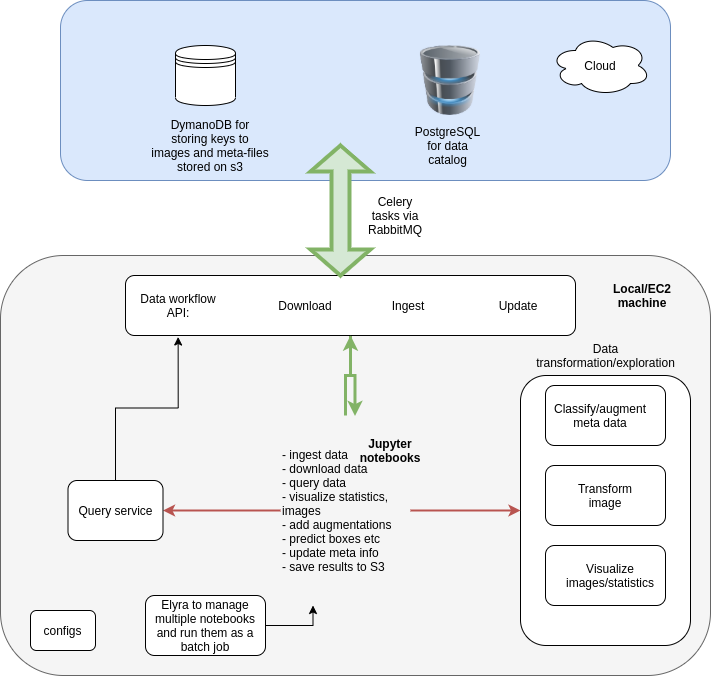
Before: data_pipeline.png, a diagram exported from draw.io (olesiastetsiuk/data_pipeline_processor). Source tidied: cells renumbered, new cells last; positions are measured from the earlier drawing's top-left corner, leaving out a move shared by most shapes.
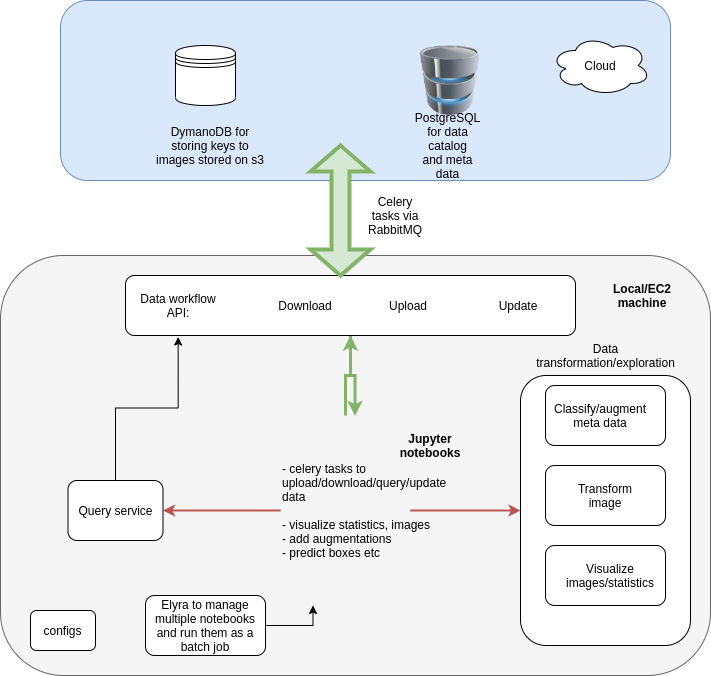
After the change.

Diff of the diagram source:
```diff
@@ -31,13 +31,13 @@
     <mxCell id="9" style="image;html=1;labelBackgroundColor=#ffffff;image=img/lib/clip_art/computers/Database_128x128.png;" parent="1" vertex="1">
       <mxGeometry x="415" y="45" width="70" height="70" as="geometry" />
     </mxCell>
-    <mxCell id="10" value="DymanoDB for storing keys to images and meta-files stored on s3" style="text;html=1;strokeColor=none;fillColor=none;align=center;verticalAlign=middle;whiteSpace=wrap;rounded=0;" parent="1" vertex="1">
+    <mxCell id="10" value="DymanoDB for storing keys to images stored on s3" style="text;html=1;strokeColor=none;fillColor=none;align=center;verticalAlign=middle;whiteSpace=wrap;rounded=0;" parent="1" vertex="1">
       <mxGeometry x="150" y="135" width="120" height="20" as="geometry" />
     </mxCell>
     <mxCell id="11" style="shape=datastore;whiteSpace=wrap;html=1;" parent="1" vertex="1">
       <mxGeometry x="175" y="45" width="60" height="60" as="geometry" />
     </mxCell>
-    <mxCell id="12" value="PostgreSQL&lt;br&gt;for data catalog" style="text;html=1;strokeColor=none;fillColor=none;align=center;verticalAlign=middle;whiteSpace=wrap;rounded=0;" parent="1" vertex="1">
+    <mxCell id="12" value="PostgreSQL&lt;br&gt;for data catalog&lt;br&gt;and meta data" style="text;html=1;strokeColor=none;fillColor=none;align=center;verticalAlign=middle;whiteSpace=wrap;rounded=0;" parent="1" vertex="1">
       <mxGeometry x="415" y="135" width="65" height="20" as="geometry" />
     </mxCell>
     <mxCell id="13" style="rounded=1;whiteSpace=wrap;html=1;" parent="1" vertex="1">
@@ -88,7 +88,7 @@
     <mxCell id="28" style="edgeStyle=orthogonalEdgeStyle;rounded=0;jettySize=auto;html=1;strokeColor=#82b366;strokeWidth=3;fillColor=#d5e8d4;" parent="1" edge="1" source="29" target="17">
       <mxGeometry relative="1" as="geometry" />
     </mxCell>
-    <mxCell id="29" value="&lt;div&gt;&lt;span&gt;- ingest data&lt;/span&gt;&lt;/div&gt;&lt;div&gt;&lt;span&gt;- download data&lt;/span&gt;&lt;/div&gt;&lt;div&gt;&lt;span&gt;- query data&lt;/span&gt;&lt;/div&gt;&lt;div&gt;&lt;span&gt;- visualize statistics, images&lt;/span&gt;&lt;/div&gt;&lt;div&gt;&lt;span&gt;- add augmentations&lt;/span&gt;&lt;/div&gt;&lt;div&gt;&lt;span&gt;- predict boxes etc&lt;/span&gt;&lt;/div&gt;&lt;div&gt;&lt;span&gt;- update meta info&lt;/span&gt;&lt;/div&gt;&lt;div&gt;&lt;span&gt;- save results to S3&lt;/span&gt;&lt;/div&gt;" style="text;html=1;strokeColor=none;fillColor=none;align=left;verticalAlign=middle;whiteSpace=wrap;rounded=0;" parent="1" vertex="1">
+    <mxCell id="29" value="&lt;div&gt;- celery tasks to upload/download/query/update data&lt;/div&gt;&lt;div&gt;&lt;br&gt;&lt;/div&gt;&lt;div&gt;&lt;span&gt;- visualize statistics, images&lt;/span&gt;&lt;/div&gt;&lt;div&gt;&lt;span&gt;- add augmentations&lt;/span&gt;&lt;/div&gt;&lt;div&gt;&lt;span&gt;- predict boxes etc&lt;/span&gt;&lt;/div&gt;" style="text;html=1;strokeColor=none;fillColor=none;align=left;verticalAlign=middle;whiteSpace=wrap;rounded=0;" parent="1" vertex="1">
       <mxGeometry x="280" y="415" width="130" height="190" as="geometry" />
     </mxCell>
     <mxCell id="30" style="edgeStyle=orthogonalEdgeStyle;rounded=0;jettySize=auto;html=1;entryX=0.25;entryY=1;entryDx=0;entryDy=0;" parent="1" edge="1" source="31" target="29">
@@ -101,14 +101,11 @@
       <mxGeometry x="375" y="205" width="40" height="20" as="geometry" />
     </mxCell>
     <mxCell id="33" value="Jupyter notebooks" style="text;html=1;strokeColor=none;fillColor=none;align=center;verticalAlign=middle;whiteSpace=wrap;rounded=0;fontStyle=1;" parent="1" vertex="1">
-      <mxGeometry x="370" y="440" width="40" height="20" as="geometry" />
+      <mxGeometry x="410" y="435" width="40" height="20" as="geometry" />
     </mxCell>
     <mxCell id="34" value="Download" style="text;html=1;strokeColor=none;fillColor=none;align=center;verticalAlign=middle;whiteSpace=wrap;rounded=0;" parent="1" vertex="1">
       <mxGeometry x="285" y="295" width="40" height="20" as="geometry" />
     </mxCell>
-    <mxCell id="35" value="Ingest" style="text;html=1;strokeColor=none;fillColor=none;align=center;verticalAlign=middle;whiteSpace=wrap;rounded=0;" parent="1" vertex="1">
-      <mxGeometry x="387.5" y="295" width="40" height="20" as="geometry" />
-    </mxCell>
     <mxCell id="36" style="edgeStyle=orthogonalEdgeStyle;rounded=0;orthogonalLoop=1;jettySize=auto;html=1;exitX=0.5;exitY=1;exitDx=0;exitDy=0;" parent="1" edge="1" source="34" target="34">
       <mxGeometry relative="1" as="geometry" />
     </mxCell>
@@ -124,5 +121,8 @@
     <mxCell id="40" value="Query service" style="rounded=1;whiteSpace=wrap;html=1;" parent="1" vertex="1">
       <mxGeometry x="67.5" y="480" width="95" height="60" as="geometry" />
     </mxCell>
+    <mxCell id="41" value="Upload" style="text;html=1;strokeColor=none;fillColor=none;align=center;verticalAlign=middle;whiteSpace=wrap;rounded=0;" parent="1" vertex="1">
+      <mxGeometry x="387.5" y="295" width="40" height="20" as="geometry" />
+    </mxCell>
   </root>
 </mxGraphModel>
```
